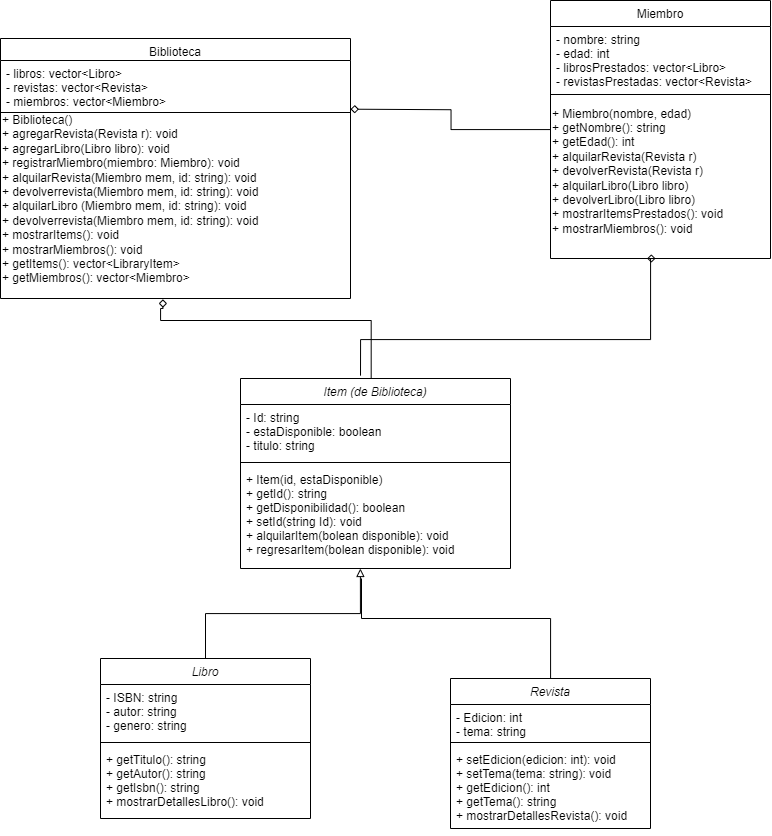
Before: Diagrama UML Avance 3.png, a diagram exported from draw.io (lucca-t/TC1033_Proyecto). Source tidied: cells renumbered, new cells last; positions are measured from the earlier drawing's top-left corner, leaving out a move shared by most shapes.
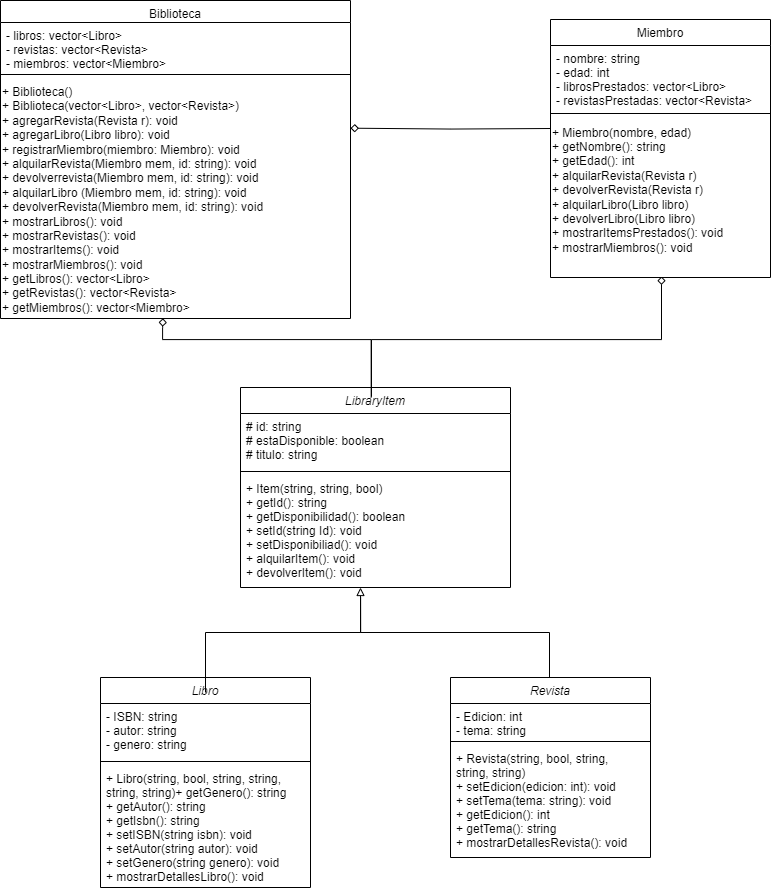
After the commit.

Diff of the diagram source:
```diff
@@ -3,7 +3,7 @@
     <mxCell id="0" />
     <mxCell id="1" parent="0" />
     <mxCell id="2" value="Libro" style="swimlane;fontStyle=2;align=center;verticalAlign=top;horizontal=1;startSize=26;rounded=0;shadow=0;strokeWidth=1;" parent="1" vertex="1">
-      <mxGeometry x="100" y="658" width="210" height="160" as="geometry" />
+      <mxGeometry x="100" y="658" width="210" height="210" as="geometry" />
     </mxCell>
     <mxCell id="3" value="- ISBN: string&#10;- autor: string&#10;- genero: string" style="text;align=left;verticalAlign=top;spacingLeft=4;spacingRight=4;overflow=hidden;rounded=0;shadow=0;html=0;" parent="2" vertex="1">
       <mxGeometry y="26" width="210" height="54" as="geometry" />
@@ -11,14 +11,14 @@
     <mxCell id="4" style="line;html=1;strokeWidth=1;align=left;verticalAlign=middle;spacingTop=-1;spacingLeft=3;spacingRight=3;labelPosition=right;" parent="2" vertex="1">
       <mxGeometry y="80" width="210" height="8" as="geometry" />
     </mxCell>
-    <mxCell id="5" value="+ getTitulo(): string &#10;+ getAutor(): string &#10;+ getIsbn(): string &#10;+ mostrarDetallesLibro(): void" style="text;align=left;verticalAlign=top;spacingLeft=4;spacingRight=4;overflow=hidden;" parent="2" vertex="1">
-      <mxGeometry y="88" width="210" height="72" as="geometry" />
+    <mxCell id="5" value="+ Libro(string, bool, string, string,&#10;string, string)+ getGenero(): string &#10;+ getAutor(): string &#10;+ getIsbn(): string &#10;+ setISBN(string isbn): void&#10;+ setAutor(string autor): void&#10;+ setGenero(string genero): void&#10;+ mostrarDetallesLibro(): void" style="text;align=left;verticalAlign=top;spacingLeft=4;spacingRight=4;overflow=hidden;" parent="2" vertex="1">
+      <mxGeometry y="88" width="210" height="122" as="geometry" />
     </mxCell>
     <mxCell id="6" value="&#10;" style="text;align=left;verticalAlign=top;spacingLeft=4;spacingRight=4;overflow=hidden;" parent="2" vertex="1">
-      <mxGeometry y="160" width="210" as="geometry" />
+      <mxGeometry y="210" width="210" as="geometry" />
     </mxCell>
     <mxCell id="7" value="Biblioteca" style="swimlane;fontStyle=0;align=center;verticalAlign=top;horizontal=1;startSize=22;rounded=0;shadow=0;strokeWidth=1;" parent="1" vertex="1">
-      <mxGeometry y="38" width="350" height="260" as="geometry" />
+      <mxGeometry y="-19" width="350" height="318" as="geometry" />
     </mxCell>
     <mxCell id="8" value="- libros: vector&lt;Libro&gt;&#10;- revistas: vector&lt;Revista&gt; &#10;- miembros: vector&lt;Miembro&gt;" style="text;align=left;verticalAlign=top;spacingLeft=4;spacingRight=4;overflow=hidden;" parent="7" vertex="1">
       <mxGeometry y="22" width="350" height="48" as="geometry" />
@@ -26,6 +26,9 @@
     <mxCell id="9" style="line;html=1;strokeWidth=1;align=left;verticalAlign=middle;spacingTop=-1;spacingLeft=3;spacingRight=3;labelPosition=right;" parent="7" vertex="1">
       <mxGeometry y="70" width="350" height="8" as="geometry" />
     </mxCell>
+    <mxCell id="29" value="+ Biblioteca()&lt;div&gt;+ Biblioteca(vector&amp;lt;Libro&amp;gt;, vector&amp;lt;Revista&amp;gt;)&lt;br&gt;+ agregarRevista(Revista r): void&lt;div&gt;+ agregarLibro(Libro libro): void&lt;/div&gt;&lt;div&gt;+ registrarMiembro(miembro: Miembro): void&lt;br&gt;+ alquilarRevista(Miembro mem, id: string): void&lt;br&gt;+ devolverrevista(Miembro mem, id: string): void&lt;/div&gt;&lt;div&gt;+ alquilarLibro (Miembro mem, id: string): void&lt;br&gt;+ devolverRevista(Miembro mem, id: string): void&lt;/div&gt;&lt;div&gt;+ mostrarLibros(): void&lt;/div&gt;&lt;div&gt;+ mostrarRevistas(): void&lt;/div&gt;&lt;div&gt;+ mostrarItems(): void&lt;br&gt;+ mostrarMiembros(): void&lt;br&gt;+ getLibros(): vector&amp;lt;Libro&amp;gt;&lt;/div&gt;&lt;div&gt;+ getRevistas(): vector&amp;lt;Revista&amp;gt;&lt;br&gt;+ getMiembros(): vector&amp;lt;Miembro&amp;gt;&lt;/div&gt;&lt;/div&gt;" style="text;whiteSpace=wrap;html=1;" parent="7" vertex="1">
+      <mxGeometry y="78" width="350" height="220" as="geometry" />
+    </mxCell>
     <mxCell id="10" value=" Miembro " style="swimlane;fontStyle=0;align=center;verticalAlign=top;horizontal=1;startSize=26;rounded=0;shadow=0;strokeWidth=1;" parent="1" vertex="1">
       <mxGeometry x="550" width="220" height="258" as="geometry" />
     </mxCell>
@@ -38,34 +41,34 @@
     <mxCell id="13" value="+ &lt;span class=&quot;hljs-title function_ invoke__&quot;&gt;Miembro&lt;/span&gt;(nombre, edad)&amp;nbsp;&lt;br&gt;+ &lt;span class=&quot;hljs-title function_ invoke__&quot;&gt;getNombre&lt;/span&gt;(): &lt;span class=&quot;hljs-keyword&quot;&gt;string&lt;/span&gt;&amp;nbsp;&lt;br&gt;+ &lt;span class=&quot;hljs-title function_ invoke__&quot;&gt;getEdad&lt;/span&gt;(): &lt;span class=&quot;hljs-keyword&quot;&gt;int&lt;/span&gt;&amp;nbsp;&lt;br&gt;+ &lt;span class=&quot;hljs-title function_ invoke__&quot;&gt;alquilarRevista&lt;/span&gt;(Revista r)&lt;br&gt;+ &lt;span class=&quot;hljs-title function_ invoke__&quot;&gt;devolverRevista&lt;/span&gt;(Revista r)&lt;div&gt;&lt;div&gt;+&amp;nbsp;&lt;span class=&quot;hljs-title function_ invoke__&quot;&gt;alquilarLibro&lt;/span&gt;(Libro&amp;nbsp;libro)&lt;br&gt;+&amp;nbsp;&lt;span class=&quot;hljs-title function_ invoke__&quot;&gt;devolver&lt;/span&gt;Libro(Libro libro)&lt;br&gt;&lt;/div&gt;&lt;div&gt;+ &lt;span class=&quot;hljs-title function_ invoke__&quot;&gt;mostrarItemsPrestados&lt;/span&gt;(): &lt;span class=&quot;hljs-keyword&quot;&gt;void&lt;/span&gt;&amp;nbsp;&lt;br&gt;+ &lt;span class=&quot;hljs-title function_ invoke__&quot;&gt;mostrarMiembros&lt;/span&gt;(): &lt;span class=&quot;hljs-keyword&quot;&gt;void&lt;/span&gt;&amp;nbsp;&lt;div&gt;&lt;br&gt;&lt;/div&gt;&lt;/div&gt;&lt;/div&gt;" style="text;html=1;align=left;verticalAlign=middle;strokeColor=none;fillColor=none;perimeterSpacing=5;" parent="10" vertex="1">
       <mxGeometry y="98" width="220" height="160" as="geometry" />
     </mxCell>
-    <mxCell id="14" value="Item (de Biblioteca)" style="swimlane;fontStyle=2;align=center;verticalAlign=top;horizontal=1;startSize=26;rounded=0;shadow=0;strokeWidth=1;" parent="1" vertex="1">
-      <mxGeometry x="240" y="378" width="270" height="190" as="geometry" />
+    <mxCell id="14" value="LibraryItem" style="swimlane;fontStyle=2;align=center;verticalAlign=top;horizontal=1;startSize=26;rounded=0;shadow=0;strokeWidth=1;" parent="1" vertex="1">
+      <mxGeometry x="240" y="368" width="270" height="200" as="geometry" />
     </mxCell>
-    <mxCell id="15" value="- Id: string&#10;- estaDisponible: boolean&#10;- titulo: string" style="text;align=left;verticalAlign=top;spacingLeft=4;spacingRight=4;overflow=hidden;rounded=0;shadow=0;html=0;" parent="14" vertex="1">
+    <mxCell id="15" value="# id: string&#10;# estaDisponible: boolean&#10;# titulo: string" style="text;align=left;verticalAlign=top;spacingLeft=4;spacingRight=4;overflow=hidden;rounded=0;shadow=0;html=0;" parent="14" vertex="1">
       <mxGeometry y="26" width="270" height="54" as="geometry" />
     </mxCell>
     <mxCell id="16" style="line;html=1;strokeWidth=1;align=left;verticalAlign=middle;spacingTop=-1;spacingLeft=3;spacingRight=3;labelPosition=right;" parent="14" vertex="1">
       <mxGeometry y="80" width="270" height="8" as="geometry" />
     </mxCell>
-    <mxCell id="17" value="+ Item(id, estaDisponible)&#10;+ getId(): string&#10;+ getDisponibilidad(): boolean&#10;+ setId(string Id): void&#10;+ alquilarItem(bolean disponible): void&#10;+ regresarItem(bolean disponible): void&#10;&#10;&#10;" style="text;align=left;verticalAlign=top;spacingLeft=4;spacingRight=4;overflow=hidden;points=[[0,0.5],[1,0.5]];portConstraint=eastwest;" parent="14" vertex="1">
+    <mxCell id="17" value="+ Item(string, string, bool)&#10;+ getId(): string&#10;+ getDisponibilidad(): boolean&#10;+ setId(string Id): void&#10;+ setDisponibiliad(): void&#10;+ alquilarItem(): void&#10;+ devolverItem(): void&#10;&#10;&#10;" style="text;align=left;verticalAlign=top;spacingLeft=4;spacingRight=4;overflow=hidden;points=[[0,0.5],[1,0.5]];portConstraint=eastwest;" parent="14" vertex="1">
       <mxGeometry y="88" width="270" height="102" as="geometry" />
     </mxCell>
     <mxCell id="18" value="&#10;" style="text;align=left;verticalAlign=top;spacingLeft=4;spacingRight=4;overflow=hidden;" parent="14" vertex="1">
       <mxGeometry y="190" width="270" as="geometry" />
     </mxCell>
-    <mxCell id="19" style="edgeStyle=orthogonalEdgeStyle;rounded=0;jettySize=auto;html=1;endArrow=none;endFill=0;" parent="1" edge="1" source="20">
+    <mxCell id="19" style="edgeStyle=orthogonalEdgeStyle;rounded=0;orthogonalLoop=1;jettySize=auto;html=1;endArrow=none;endFill=0;" parent="1" edge="1">
       <mxGeometry relative="1" as="geometry">
+        <mxPoint x="549" y="658" as="sourcePoint" />
         <mxPoint x="360" y="578" as="targetPoint" />
         <Array as="points">
-          <mxPoint x="550" y="618" />
-          <mxPoint x="361" y="618" />
-          <mxPoint x="361" y="578" />
+          <mxPoint x="549" y="613" />
+          <mxPoint x="360" y="613" />
           <mxPoint x="360" y="578" />
         </Array>
       </mxGeometry>
     </mxCell>
     <mxCell id="20" value="Revista" style="swimlane;fontStyle=2;align=center;verticalAlign=top;horizontal=1;startSize=26;rounded=0;shadow=0;strokeWidth=1;" parent="1" vertex="1">
-      <mxGeometry x="450" y="678" width="200" height="150" as="geometry" />
+      <mxGeometry x="450" y="658" width="200" height="180" as="geometry" />
     </mxCell>
     <mxCell id="21" value="- Edicion: int&#10;- tema: string" style="text;align=left;verticalAlign=top;spacingLeft=4;spacingRight=4;overflow=hidden;rounded=0;shadow=0;html=0;" parent="20" vertex="1">
       <mxGeometry y="26" width="200" height="34" as="geometry" />
@@ -73,17 +76,25 @@
     <mxCell id="22" style="line;html=1;strokeWidth=1;align=left;verticalAlign=middle;spacingTop=-1;spacingLeft=3;spacingRight=3;labelPosition=right;" parent="20" vertex="1">
       <mxGeometry y="60" width="200" height="8" as="geometry" />
     </mxCell>
-    <mxCell id="23" value="+ setEdicion(edicion: int): void&#10;+ setTema(tema: string): void&#10;+ getEdicion(): int&#10;+ getTema(): string&#10;+ mostrarDetallesRevista(): void&#10;" style="text;align=left;verticalAlign=top;spacingLeft=4;spacingRight=4;overflow=hidden;" parent="20" vertex="1">
-      <mxGeometry y="68" width="200" height="82" as="geometry" />
+    <mxCell id="23" value="+ Revista(string, bool, string, &#10;string, string)&#10;+ setEdicion(edicion: int): void&#10;+ setTema(tema: string): void&#10;+ getEdicion(): int&#10;+ getTema(): string&#10;+ mostrarDetallesRevista(): void&#10;" style="text;align=left;verticalAlign=top;spacingLeft=4;spacingRight=4;overflow=hidden;" parent="20" vertex="1">
+      <mxGeometry y="68" width="200" height="112" as="geometry" />
     </mxCell>
     <mxCell id="24" value="&#10;" style="text;align=left;verticalAlign=top;spacingLeft=4;spacingRight=4;overflow=hidden;" parent="20" vertex="1">
-      <mxGeometry y="150" width="200" as="geometry" />
+      <mxGeometry y="180" width="200" as="geometry" />
     </mxCell>
-    <mxCell id="25" style="edgeStyle=orthogonalEdgeStyle;rounded=0;jettySize=auto;html=1;entryX=0.444;entryY=1;entryDx=0;entryDy=0;entryPerimeter=0;endArrow=block;endFill=0;" parent="1" edge="1" source="2" target="17">
-      <mxGeometry relative="1" as="geometry" />
+    <mxCell id="25" style="edgeStyle=orthogonalEdgeStyle;rounded=0;orthogonalLoop=1;jettySize=auto;html=1;endArrow=block;endFill=0;" parent="1" edge="1">
+      <mxGeometry relative="1" as="geometry">
+        <mxPoint x="205" y="673" as="sourcePoint" />
+        <mxPoint x="360" y="568" as="targetPoint" />
+        <Array as="points">
+          <mxPoint x="205" y="613" />
+          <mxPoint x="360" y="613" />
+        </Array>
+      </mxGeometry>
     </mxCell>
-    <mxCell id="26" style="edgeStyle=orthogonalEdgeStyle;rounded=0;jettySize=auto;html=1;entryX=1;entryY=0.022;entryDx=0;entryDy=0;entryPerimeter=0;endArrow=diamond;endFill=0;" parent="1" edge="1" source="10">
+    <mxCell id="26" style="edgeStyle=orthogonalEdgeStyle;rounded=0;orthogonalLoop=1;jettySize=auto;html=1;entryX=1;entryY=0.022;entryDx=0;entryDy=0;entryPerimeter=0;endArrow=diamond;endFill=0;" parent="1" edge="1">
       <mxGeometry relative="1" as="geometry">
+        <mxPoint x="550" y="109" as="sourcePoint" />
         <mxPoint x="350" y="108.7" as="targetPoint" />
       </mxGeometry>
     </mxCell>
@@ -93,25 +104,21 @@
         <mxPoint x="162.4" y="298.8" as="targetPoint" />
         <Array as="points">
           <mxPoint x="371" y="320" />
-          <mxPoint x="160" y="320" />
-          <mxPoint x="160" y="308" />
+          <mxPoint x="162" y="320" />
+          <mxPoint x="162" y="308" />
           <mxPoint x="162" y="308" />
         </Array>
       </mxGeometry>
     </mxCell>
     <mxCell id="28" style="edgeStyle=orthogonalEdgeStyle;rounded=0;orthogonalLoop=1;jettySize=auto;html=1;endArrow=diamond;endFill=0;exitX=0.457;exitY=-0.015;exitDx=0;exitDy=0;exitPerimeter=0;" parent="1" edge="1">
       <mxGeometry relative="1" as="geometry">
-        <mxPoint x="360" y="375.1" as="sourcePoint" />
-        <mxPoint x="646.6" y="258" as="targetPoint" />
+        <mxPoint x="371" y="377.1" as="sourcePoint" />
+        <mxPoint x="661" y="257" as="targetPoint" />
         <Array as="points">
-          <mxPoint x="360" y="339" />
-          <mxPoint x="650" y="339" />
-          <mxPoint x="650" y="258" />
+          <mxPoint x="371" y="320" />
+          <mxPoint x="661" y="320" />
         </Array>
       </mxGeometry>
     </mxCell>
-    <mxCell id="29" value="+ Biblioteca()&lt;br&gt;+ agregarRevista(Revista r): void&lt;div&gt;+ agregarLibro(Libro libro): void&lt;/div&gt;&lt;div&gt;+ registrarMiembro(miembro: Miembro): void&lt;br&gt;+ alquilarRevista(Miembro mem, id: string): void&lt;br&gt;+ devolverrevista(Miembro mem, id: string): void&lt;/div&gt;&lt;div&gt;+ alquilarLibro (Miembro mem, id: string): void&lt;br&gt;+ devolverrevista(Miembro mem, id: string): void&lt;br&gt;+ mostrarItems(): void&lt;br&gt;+ mostrarMiembros(): void&lt;br&gt;+ getItems(): vector&amp;lt;LibraryItem&amp;gt;&lt;br&gt;+ getMiembros(): vector&amp;lt;Miembro&amp;gt;&lt;/div&gt;" style="text;whiteSpace=wrap;html=1;" parent="1" vertex="1">
-      <mxGeometry y="106" width="350" height="192" as="geometry" />
-    </mxCell>
   </root>
 </mxGraphModel>
```
